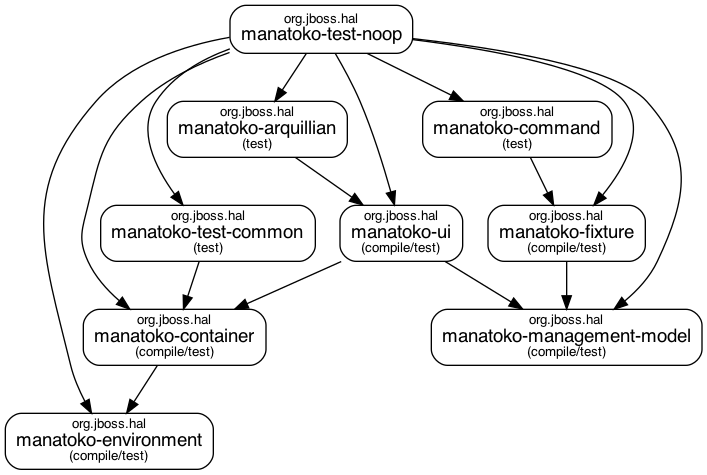
The Graphviz diagram dependency-graph.png in hpehl/manatoko, before a commit. Its source is kept beside it as dependency-graph.dot.
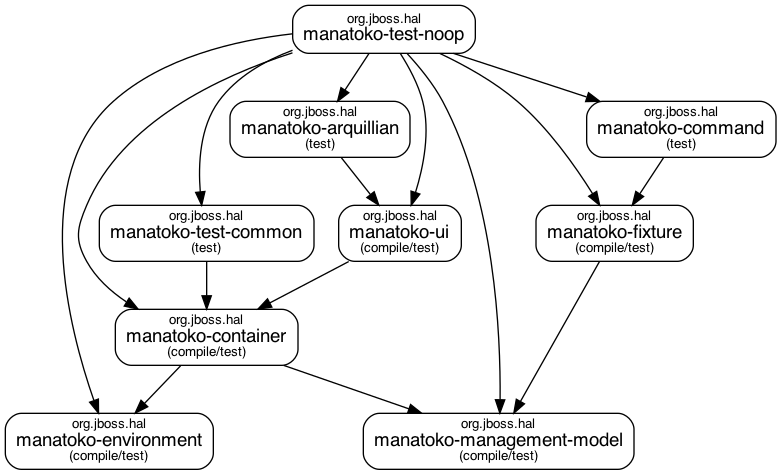
The same diagram one commit later.

Change to the diagram source:
```diff
@@ -5,8 +5,8 @@
 
   "org.jboss.hal:manatoko-container"[label=<<font point-size="10">org.jboss.hal</font><br/>manatoko-container<font point-size="10"><br/>(compile/test)</font>>]
   "org.jboss.hal:manatoko-environment"[label=<<font point-size="10">org.jboss.hal</font><br/>manatoko-environment<font point-size="10"><br/>(compile/test)</font>>]
+  "org.jboss.hal:manatoko-management-model"[label=<<font point-size="10">org.jboss.hal</font><br/>manatoko-management-model<font point-size="10"><br/>(compile/test)</font>>]
   "org.jboss.hal:manatoko-ui"[label=<<font point-size="10">org.jboss.hal</font><br/>manatoko-ui<font point-size="10"><br/>(compile/test)</font>>]
-  "org.jboss.hal:manatoko-management-model"[label=<<font point-size="10">org.jboss.hal</font><br/>manatoko-management-model<font point-size="10"><br/>(compile/test)</font>>]
   "org.jboss.hal:manatoko-arquillian"[label=<<font point-size="10">org.jboss.hal</font><br/>manatoko-arquillian<font point-size="10"><br/>(test)</font>>]
   "org.jboss.hal:manatoko-fixture"[label=<<font point-size="10">org.jboss.hal</font><br/>manatoko-fixture<font point-size="10"><br/>(compile/test)</font>>]
   "org.jboss.hal:manatoko-command"[label=<<font point-size="10">org.jboss.hal</font><br/>manatoko-command<font point-size="10"><br/>(test)</font>>]
@@ -14,8 +14,8 @@
   "org.jboss.hal:manatoko-test-noop"[label=<<font point-size="10">org.jboss.hal</font><br/>manatoko-test-noop>]
 
   "org.jboss.hal:manatoko-container" -> "org.jboss.hal:manatoko-environment"
+  "org.jboss.hal:manatoko-container" -> "org.jboss.hal:manatoko-management-model"
   "org.jboss.hal:manatoko-ui" -> "org.jboss.hal:manatoko-container"
-  "org.jboss.hal:manatoko-ui" -> "org.jboss.hal:manatoko-management-model"
   "org.jboss.hal:manatoko-arquillian" -> "org.jboss.hal:manatoko-ui"
   "org.jboss.hal:manatoko-fixture" -> "org.jboss.hal:manatoko-management-model"
   "org.jboss.hal:manatoko-command" -> "org.jboss.hal:manatoko-fixture"
```
